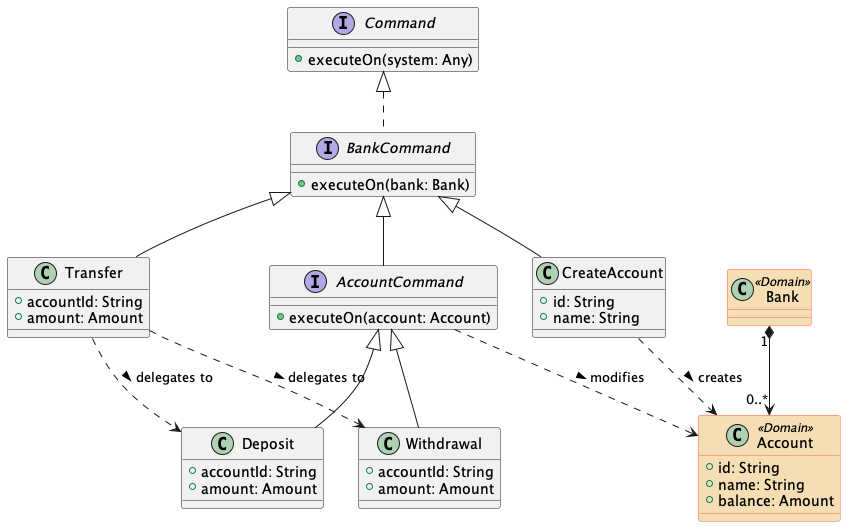
The PlantUML diagram bank.png in xrrocha/kmemimg, before a commit.
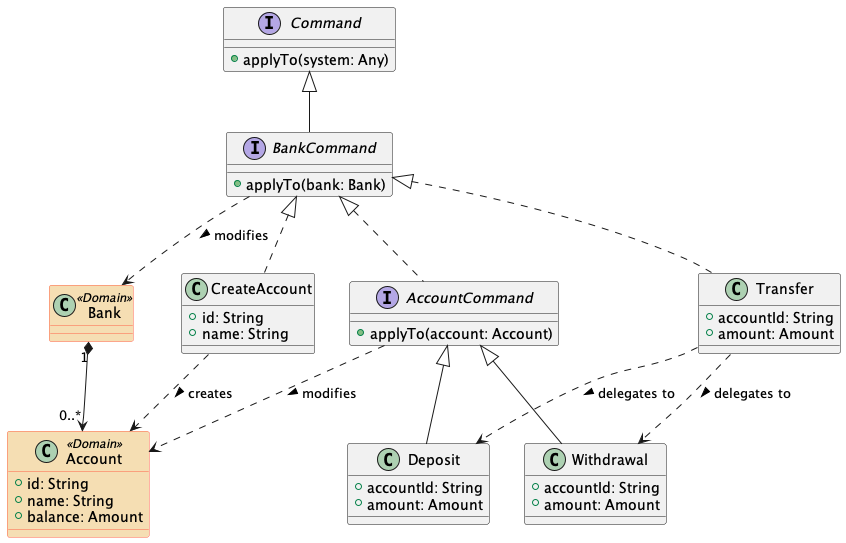
Above is the later version.

Change to the diagram source:
```diff
@@ -5,7 +5,7 @@
 }
 
 interface Command {
-    + executeOn(system: Any)
+    + applyTo(system: Any)
 }
 
 together {
@@ -20,22 +20,23 @@
 }
 
     interface BankCommand {
-        + executeOn(bank: Bank)
+        + applyTo(bank: Bank)
     }
-    Command <|.. BankCommand
+    Command <|-- BankCommand
+    BankCommand ..> Bank: modifies >
 
 class CreateAccount {
     + id: String
     + name: String
 }
-BankCommand <|-- CreateAccount
+BankCommand <|.. CreateAccount
 CreateAccount ..> Account: creates >
 
 together {
     interface AccountCommand {
-        + executeOn(account: Account)
+        + applyTo(account: Account)
     }
-    BankCommand <|-- AccountCommand
+    BankCommand <|.. AccountCommand
     AccountCommand ..> Account: modifies >
     class Deposit extends AccountCommand {
         + accountId: String
@@ -48,7 +49,7 @@
     }
 }
 
-class Transfer extends BankCommand {
+class Transfer implements BankCommand {
     + accountId: String
     + amount: Amount
 }
```
